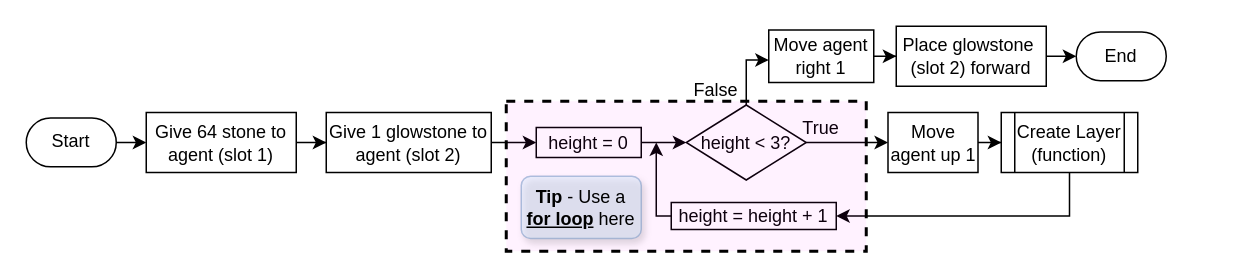
CausewayDigital/Minecraft-EE-MakeCode keeps this draw.io diagram as tutorials/python-islands/island-7/tower_builder/flowchart-landscape.drawio. Above is the earlier version. Source tidied: cells renumbered, new cells numbered last; positions are measured from the earlier drawing's top-left corner, leaving out a move shared by most shapes. Both pictures are drawn from the tidied source at 150%, with x=0, y=0 at pixel (26, 26).
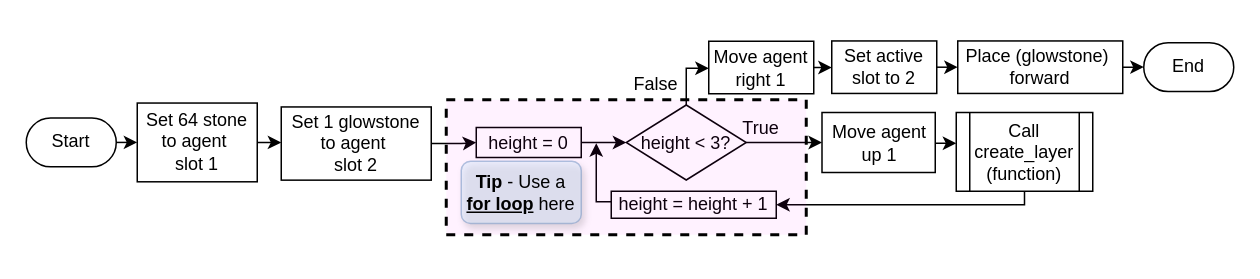
The same diagram, later.

Commit message (it also covers changes not shown here):
Add further tower builder flowchart adjustments

What changed in the source:
```diff
@@
-    <mxCell id="2" style="edgeStyle=orthogonalEdgeStyle;rounded=0;jettySize=auto;html=1;" parent="1" edge="1" source="3" target="5">
+    <mxCell id="2" style="edgeStyle=orthogonalEdgeStyle;rounded=0;jettySize=auto;html=1;exitX=1;exitY=0.5;exitDx=0;exitDy=0;entryX=0;entryY=0.5;entryDx=0;entryDy=0;" parent="1" edge="1" source="3" target="5">
       <mxGeometry relative="1" as="geometry" />
     </mxCell>
-    <mxCell id="3" value="Give 64 stone to agent (slot 1)" style="rounded=0;whiteSpace=wrap;html=1;" parent="1" vertex="1">
-      <mxGeometry x="80" y="57.5" width="100" height="40" as="geometry" />
+    <mxCell id="3" value="Set 64 stone to agent&amp;nbsp;&lt;div&gt;slot 1&lt;/div&gt;" style="rounded=0;whiteSpace=wrap;html=1;" parent="1" vertex="1">
+      <mxGeometry x="74" y="51.2" width="80" height="52.5" as="geometry" />
     </mxCell>
@@
-    <mxCell id="5" value="Give 1 glowstone to agent (slot 2)" style="rounded=0;whiteSpace=wrap;html=1;" parent="1" vertex="1">
-      <mxGeometry x="200" y="57.5" width="110" height="40" as="geometry" />
+    <mxCell id="5" value="Set 1 glowstone to agent&amp;nbsp;&lt;div&gt;slot 2&lt;/div&gt;" style="rounded=0;whiteSpace=wrap;html=1;" parent="1" vertex="1">
+      <mxGeometry x="170" y="53.8" width="100" height="48.8" as="geometry" />
     </mxCell>
@@
     <mxCell id="7" value="height = 0" style="rounded=0;whiteSpace=wrap;html=1;" parent="1" vertex="1">
-      <mxGeometry x="340" y="67.5" width="70" height="20" as="geometry" />
+      <mxGeometry x="300" y="67.5" width="70" height="20" as="geometry" />
     </mxCell>
@@
     <mxCell id="9" style="edgeStyle=orthogonalEdgeStyle;rounded=0;jettySize=auto;html=1;" parent="1" edge="1" source="10" target="18">
       <mxGeometry relative="1" as="geometry">
         <Array as="points">
-          <mxPoint x="480" y="22.5" />
+          <mxPoint x="440" y="28" />
         </Array>
       </mxGeometry>
     </mxCell>
     <mxCell id="10" value="height &amp;lt; 3?" style="rhombus;whiteSpace=wrap;html=1;" parent="1" vertex="1">
-      <mxGeometry x="440" y="52.5" width="80" height="50" as="geometry" />
+      <mxGeometry x="400" y="52.5" width="80" height="50" as="geometry" />
     </mxCell>
-    <mxCell id="11" style="edgeStyle=orthogonalEdgeStyle;rounded=0;jettySize=auto;html=1;" parent="1" edge="1" source="12">
-      <mxGeometry relative="1" as="geometry">
-        <mxPoint x="420" y="77.5" as="targetPoint" />
-        <Array as="points">
-          <mxPoint x="420" y="127" />
-        </Array>
-      </mxGeometry>
-    </mxCell>
+    <mxCell id="30" style="edgeStyle=orthogonalEdgeStyle;rounded=0;orthogonalLoop=1;jettySize=auto;html=1;exitX=0;exitY=0.5;exitDx=0;exitDy=0;" parent="1" edge="1">
+      <mxGeometry relative="1" as="geometry">
+        <mxPoint x="390" y="117" as="sourcePoint" />
+        <mxPoint x="380" y="78" as="targetPoint" />
+        <Array as="points">
+          <mxPoint x="380" y="117" />
+        </Array>
+      </mxGeometry>
+    </mxCell>
     <mxCell id="12" value="height = height + 1" style="rounded=0;whiteSpace=wrap;html=1;" parent="1" vertex="1">
-      <mxGeometry x="430" y="117.5" width="110" height="18" as="geometry" />
+      <mxGeometry x="390" y="110" width="110" height="18" as="geometry" />
     </mxCell>
     <mxCell id="13" value="False" style="text;html=1;strokeColor=none;fillColor=none;align=center;verticalAlign=middle;whiteSpace=wrap;rounded=0;" parent="1" vertex="1">
-      <mxGeometry x="440" y="32.5" width="40" height="20" as="geometry" />
+      <mxGeometry x="400" y="28.5" width="40" height="20" as="geometry" />
     </mxCell>
@@
-    <mxCell id="15" style="edgeStyle=orthogonalEdgeStyle;rounded=0;jettySize=auto;html=1;" parent="1" edge="1" source="16" target="22">
-      <mxGeometry relative="1" as="geometry" />
-    </mxCell>
+    <mxCell id="31" style="edgeStyle=orthogonalEdgeStyle;rounded=0;orthogonalLoop=1;jettySize=auto;html=1;" parent="1" edge="1">
+      <mxGeometry relative="1" as="geometry">
+        <mxPoint x="594.5" y="78" as="sourcePoint" />
+        <mxPoint x="620" y="78" as="targetPoint" />
+        <Array as="points">
+          <mxPoint x="610" y="78" />
+          <mxPoint x="610" y="78" />
+        </Array>
+      </mxGeometry>
+    </mxCell>
     <mxCell id="16" value="Move agent up 1" style="rounded=0;whiteSpace=wrap;html=1;" parent="1" vertex="1">
-      <mxGeometry x="574.5" y="57.5" width="60" height="40" as="geometry" />
+      <mxGeometry x="530.5" y="57.5" width="75.5" height="40" as="geometry" />
     </mxCell>
-    <mxCell id="17" style="edgeStyle=orthogonalEdgeStyle;rounded=0;jettySize=auto;html=1;" parent="1" edge="1" source="18" target="19">
-      <mxGeometry relative="1" as="geometry" />
-    </mxCell>
+    <mxCell id="32" style="edgeStyle=orthogonalEdgeStyle;rounded=0;jettySize=auto;html=1;exitX=1;exitY=0.5;exitDx=0;exitDy=0;entryX=0;entryY=0.5;entryDx=0;entryDy=0;" parent="1" edge="1" source="18" target="34">
+      <mxGeometry relative="1" as="geometry" />
+    </mxCell>
     <mxCell id="18" value="Move agent right 1" style="rounded=0;whiteSpace=wrap;html=1;" parent="1" vertex="1">
-      <mxGeometry x="495" y="2.5" width="70" height="35" as="geometry" />
+      <mxGeometry x="455" y="10" width="70" height="35" as="geometry" />
     </mxCell>
-    <mxCell id="19" value="&lt;div&gt;Place glowstone&amp;nbsp;&lt;/div&gt;&lt;div&gt;(slot 2) forward&lt;/div&gt;" style="rounded=0;whiteSpace=wrap;html=1;" parent="1" vertex="1">
-      <mxGeometry x="580" width="100" height="40" as="geometry" />
+    <mxCell id="19" value="&lt;div&gt;Place (glowstone)&amp;nbsp;&lt;/div&gt;&lt;div&gt;forward&lt;/div&gt;" style="rounded=0;whiteSpace=wrap;html=1;" parent="1" vertex="1">
+      <mxGeometry x="621" y="9.8" width="110" height="35" as="geometry" />
     </mxCell>
     <mxCell id="20" value="True" style="text;html=1;strokeColor=none;fillColor=none;align=center;verticalAlign=middle;whiteSpace=wrap;rounded=0;" parent="1" vertex="1">
-      <mxGeometry x="510" y="57.5" width="40" height="20" as="geometry" />
+      <mxGeometry x="470" y="57.5" width="40" height="20" as="geometry" />
     </mxCell>
-    <mxCell id="21" style="edgeStyle=orthogonalEdgeStyle;rounded=0;jettySize=auto;html=1;entryX=1;entryY=0.5;entryDx=0;entryDy=0;" parent="1" edge="1" source="22" target="12">
+    <mxCell id="21" style="edgeStyle=orthogonalEdgeStyle;rounded=0;jettySize=auto;html=1;exitX=0.5;exitY=1;exitDx=0;exitDy=0;entryX=1;entryY=0.5;entryDx=0;entryDy=0;" parent="1" edge="1" source="22" target="12">
       <mxGeometry relative="1" as="geometry">
         <Array as="points">
-          <mxPoint x="696" y="127" />
+          <mxPoint x="666" y="119" />
         </Array>
       </mxGeometry>
     </mxCell>
-    <mxCell id="22" value="Create Layer&lt;br&gt;(function)" style="shape=process;whiteSpace=wrap;html=1;backgroundOutline=1;" parent="1" vertex="1">
-      <mxGeometry x="650" y="57.5" width="91" height="40" as="geometry" />
+    <mxCell id="22" value="Call create_layer&lt;div&gt;(function)&lt;/div&gt;" style="shape=process;whiteSpace=wrap;html=1;backgroundOutline=1;" parent="1" vertex="1">
+      <mxGeometry x="620" y="57.5" width="91" height="52.5" as="geometry" />
     </mxCell>
     <mxCell id="23" value="End" style="html=1;dashed=0;whiteSpace=wrap;shape=mxgraph.dfd.start;" parent="1" vertex="1">
-      <mxGeometry x="700" y="3.8" width="60" height="32.5" as="geometry" />
+      <mxGeometry x="745" y="11" width="60" height="32.5" as="geometry" />
     </mxCell>
-    <mxCell id="24" style="edgeStyle=orthogonalEdgeStyle;rounded=0;jettySize=auto;html=1;exitX=1;exitY=0.5;exitDx=0;exitDy=0;entryX=0;entryY=0.5;entryDx=0;entryDy=0;entryPerimeter=0;" parent="1" edge="1" source="19" target="23">
-      <mxGeometry relative="1" as="geometry" />
-    </mxCell>
@@
+    <mxCell id="33" style="edgeStyle=orthogonalEdgeStyle;rounded=0;jettySize=auto;html=1;exitX=1;exitY=0.5;exitDx=0;exitDy=0;entryX=0;entryY=0.5;entryDx=0;entryDy=0;" parent="1" edge="1" source="34" target="19">
+      <mxGeometry relative="1" as="geometry" />
+    </mxCell>
+    <mxCell id="34" value="Set active slot to 2" style="rounded=0;whiteSpace=wrap;html=1;" parent="1" vertex="1">
+      <mxGeometry x="537" y="9.8" width="70" height="35" as="geometry" />
+    </mxCell>
+    <mxCell id="24" style="edgeStyle=orthogonalEdgeStyle;rounded=0;jettySize=auto;html=1;exitX=1;exitY=0.5;exitDx=0;exitDy=0;entryX=0;entryY=0.5;entryDx=0;entryDy=0;entryPerimeter=0;" parent="1" edge="1" source="19" target="23">
+      <mxGeometry relative="1" as="geometry" />
+    </mxCell>
@@
     <mxCell id="28" style="rounded=0;whiteSpace=wrap;html=1;fillColor=light-dark(#FB0FFF0D,#EDEDED0D);strokeColor=#000000;strokeWidth=2;dashed=1;perimeterSpacing=0;" parent="27" vertex="1">
-      <mxGeometry x="320" y="50" width="240" height="100" as="geometry" />
+      <mxGeometry x="280" y="49" width="240" height="90" as="geometry" />
     </mxCell>
     <mxCell id="29" value="&lt;b&gt;Tip &lt;/b&gt;- Use a &lt;b&gt;&lt;u&gt;for loop&lt;/u&gt;&lt;/b&gt; here" style="text;html=1;whiteSpace=wrap;strokeColor=#6c8ebf;fillColor=#dae8fc;align=center;verticalAlign=middle;rounded=1;glass=0;shadow=1;opacity=50;" parent="27" vertex="1">
-      <mxGeometry x="330" y="100" width="80" height="41.5" as="geometry" />
+      <mxGeometry x="290" y="90" width="80" height="41.5" as="geometry" />
     </mxCell>
```
